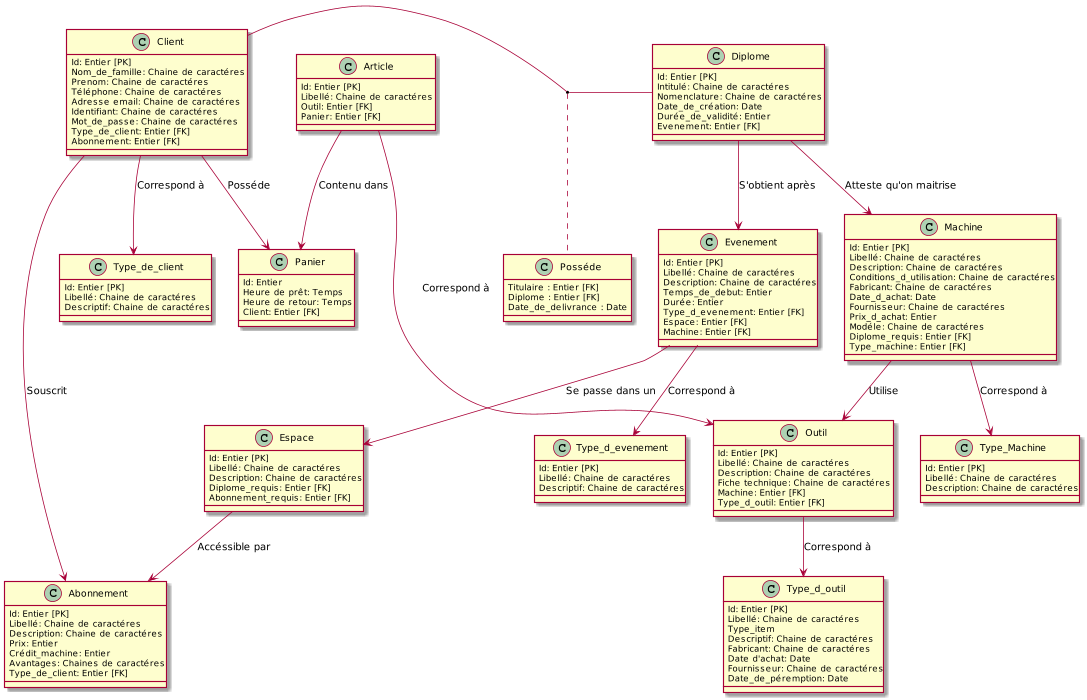
Above: documentation/schéma_BDD.png in Vicken-Ghoubiguian/ANOVFabmanager (PlantUML), before the change.
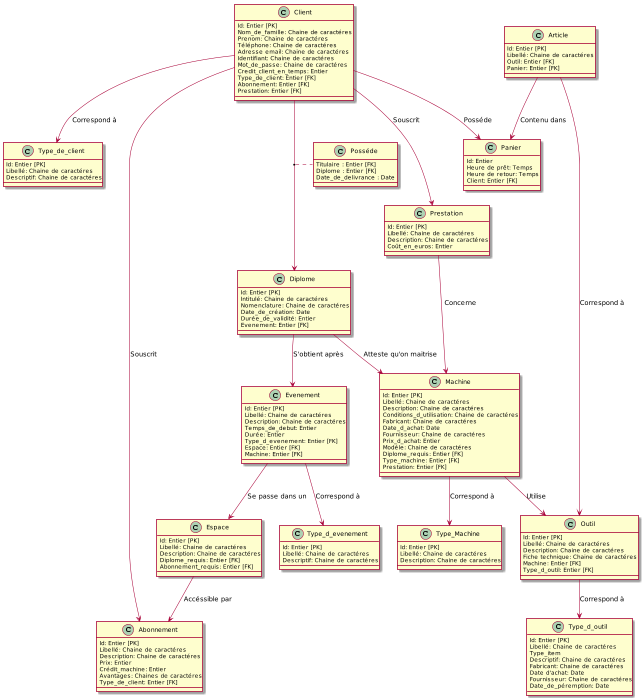
After the change.

Commit message:
Modification du schéma de la BDD

The edit, as a diff of the source:
```diff
@@ -9,8 +9,10 @@
     Adresse email: Chaine de caractéres
     Identifiant: Chaine de caractéres
     Mot_de_passe: Chaine de caractéres
+    Credit_client_en_temps: Entier
     Type_de_client: Entier [FK]
     Abonnement: Entier [FK]
+    Prestation: Entier [FK]
 }
 
 class Type_de_client {
@@ -45,6 +47,13 @@
     Descriptif: Chaine de caractéres
 }
 
+class Prestation {
+    Id: Entier [PK]
+    Libellé: Chaine de caractéres
+    Description: Chaine de caractéres
+    Coût_en_euros: Entier
+}
+
 class Machine {
     Id: Entier [PK]
     Libellé: Chaine de caractéres
@@ -57,6 +66,7 @@
     Modéle: Chaine de caractéres
     Diplome_requis: Entier [FK]
     Type_machine: Entier [FK]
+    Prestation: Entier [FK]
 }
 
 class Type_Machine {
@@ -123,11 +133,13 @@
     Date_de_delivrance : Date
 }
 
-Client - Diplome
+Client --> Diplome
 (Client, Diplome) .. Posséde
 
 Machine --> Type_Machine : Correspond à
 Client --> Type_de_client : Correspond à
+Client --> Prestation : Souscrit
+Prestation --> Machine : Concerne
 Diplome --> Evenement : S'obtient après
 Evenement --> Type_d_evenement : Correspond à
 Evenement --> Espace : Se passe dans un
```
